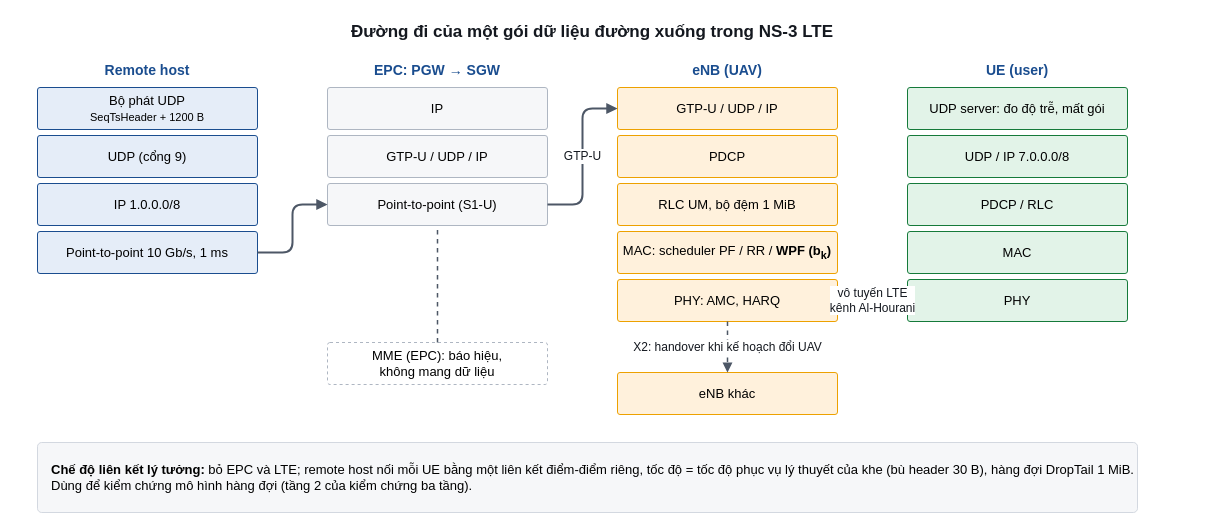
Above: docs/figures/chong_giao_thuc.drawio in vietdai-bk/N44_2026_LTM_038_056 (draw.io), before the change. Source tidied: cells renumbered, new cells numbered last; positions are measured from the earlier drawing's top-left corner, leaving out a move shared by most shapes. Both pictures are drawn from the tidied source at 100%, with x=0, y=0 at pixel (17, 17).
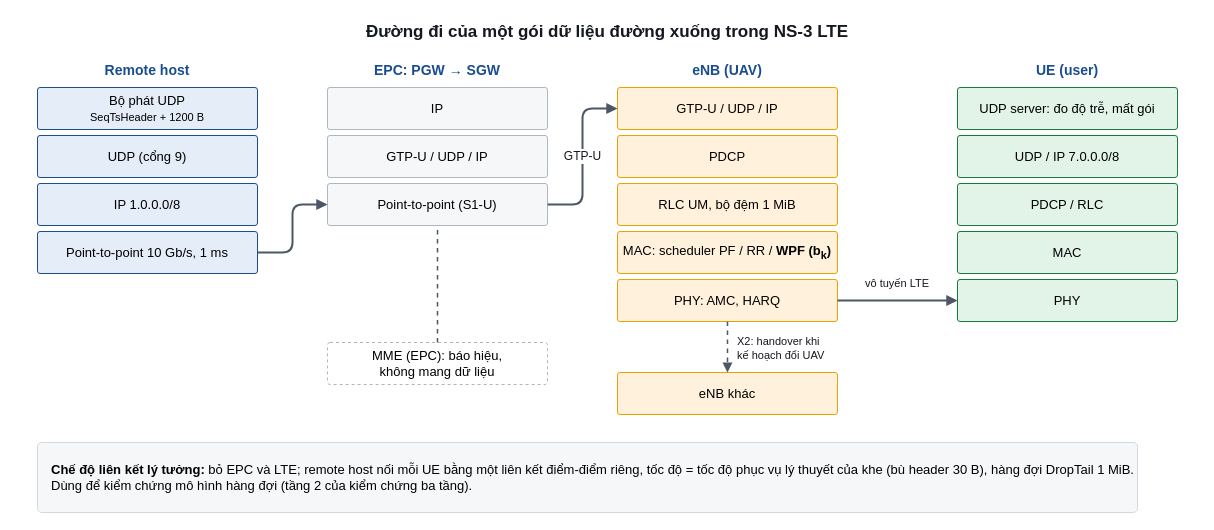
The same diagram, later.

The change refers to these unchanged cells:
```xml
<mxCell id="19" value="PHY: AMC, HARQ" style="rounded=1;arcSize=6;whiteSpace=wrap;html=1;fillColor=#fff1dc;strokeColor=#eda100;fontFamily=Helvetica;fontSize=13;" parent="1" vertex="1">
  <mxGeometry x="600" y="262" width="220" height="42" as="geometry" />
</mxCell>
```

The edit, as a diff of the source:
```diff
@@
     <mxCell id="2" value="Đường đi của một gói dữ liệu đường xuống trong NS-3 LTE" style="text;align=center;verticalAlign=middle;whiteSpace=wrap;html=1;fillColor=none;strokeColor=none;fontFamily=Helvetica;fontSize=17;fontColor=#14181f;fontStyle=1;" parent="1" vertex="1">
-      <mxGeometry width="1150" height="30" as="geometry" />
+      <mxGeometry width="1180" height="30" as="geometry" />
     </mxCell>
@@
     <mxCell id="20" value="UE (user)" style="text;align=center;verticalAlign=middle;whiteSpace=wrap;html=1;fillColor=none;strokeColor=none;fontFamily=Helvetica;fontSize=14;fontColor=#1a4d8f;fontStyle=1;" parent="1" vertex="1">
-      <mxGeometry x="890" y="40" width="220" height="25" as="geometry" />
+      <mxGeometry x="940" y="40" width="220" height="25" as="geometry" />
     </mxCell>
     <mxCell id="21" value="UDP server: đo độ trễ, mất gói" style="rounded=1;arcSize=6;whiteSpace=wrap;html=1;fillColor=#e2f3e8;strokeColor=#157a3a;fontFamily=Helvetica;fontSize=13;" parent="1" vertex="1">
-      <mxGeometry x="890" y="70" width="220" height="42" as="geometry" />
+      <mxGeometry x="940" y="70" width="220" height="42" as="geometry" />
     </mxCell>
     <mxCell id="22" value="UDP / IP 7.0.0.0/8" style="rounded=1;arcSize=6;whiteSpace=wrap;html=1;fillColor=#e2f3e8;strokeColor=#157a3a;fontFamily=Helvetica;fontSize=13;" parent="1" vertex="1">
-      <mxGeometry x="890" y="118" width="220" height="42" as="geometry" />
+      <mxGeometry x="940" y="118" width="220" height="42" as="geometry" />
     </mxCell>
     <mxCell id="23" value="PDCP / RLC" style="rounded=1;arcSize=6;whiteSpace=wrap;html=1;fillColor=#e2f3e8;strokeColor=#157a3a;fontFamily=Helvetica;fontSize=13;" parent="1" vertex="1">
-      <mxGeometry x="890" y="166" width="220" height="42" as="geometry" />
+      <mxGeometry x="940" y="166" width="220" height="42" as="geometry" />
     </mxCell>
     <mxCell id="24" value="MAC" style="rounded=1;arcSize=6;whiteSpace=wrap;html=1;fillColor=#e2f3e8;strokeColor=#157a3a;fontFamily=Helvetica;fontSize=13;" parent="1" vertex="1">
-      <mxGeometry x="890" y="214" width="220" height="42" as="geometry" />
+      <mxGeometry x="940" y="214" width="220" height="42" as="geometry" />
     </mxCell>
     <mxCell id="25" value="PHY" style="rounded=1;arcSize=6;whiteSpace=wrap;html=1;fillColor=#e2f3e8;strokeColor=#157a3a;fontFamily=Helvetica;fontSize=13;" parent="1" vertex="1">
-      <mxGeometry x="890" y="262" width="220" height="42" as="geometry" />
+      <mxGeometry x="940" y="262" width="220" height="42" as="geometry" />
     </mxCell>
@@
-    <mxCell id="28" value="vô tuyến LTE&lt;br&gt;kênh Al-Hourani" style="edgeStyle=orthogonalEdgeStyle;rounded=1;html=1;strokeColor=#4d5766;strokeWidth=2;endArrow=block;fontFamily=Helvetica;fontSize=12;fontColor=#14181f;labelBackgroundColor=#ffffff;" parent="1" edge="1" source="19" target="25">
+    <mxCell id="28" style="edgeStyle=orthogonalEdgeStyle;rounded=1;html=1;strokeColor=#4d5766;strokeWidth=2;endArrow=block;fontFamily=Helvetica;fontSize=12;fontColor=#14181f;labelBackgroundColor=#ffffff;" parent="1" edge="1" source="19" target="25">
       <mxGeometry relative="1" as="geometry" />
     </mxCell>
-    <mxCell id="29" value="eNB khác" style="rounded=1;arcSize=6;whiteSpace=wrap;html=1;fillColor=#fff1dc;strokeColor=#eda100;fontFamily=Helvetica;fontSize=13;" parent="1" vertex="1">
-      <mxGeometry x="600" y="355" width="220" height="42" as="geometry" />
+    <mxCell id="29" value="vô tuyến LTE" style="text;align=center;verticalAlign=middle;whiteSpace=wrap;html=1;fillColor=none;strokeColor=none;fontFamily=Helvetica;fontSize=11;fontColor=#14181f;" parent="1" vertex="1">
+      <mxGeometry x="822" y="257" width="116" height="18" as="geometry" />
     </mxCell>
-    <mxCell id="30" value="X2: handover khi kế hoạch đổi UAV" style="edgeStyle=orthogonalEdgeStyle;rounded=1;html=1;strokeColor=#4d5766;strokeWidth=1.5;endArrow=block;fontFamily=Helvetica;fontSize=12;fontColor=#14181f;labelBackgroundColor=#ffffff;dashed=1;exitX=0.5;exitY=1;exitDx=0;exitDy=0;entryX=0.5;entryY=0;entryDx=0;entryDy=0;" parent="1" edge="1" source="19" target="29">
-      <mxGeometry relative="1" as="geometry" />
+    <mxCell id="30" value="eNB khác" style="rounded=1;arcSize=6;whiteSpace=wrap;html=1;fillColor=#fff1dc;strokeColor=#eda100;fontFamily=Helvetica;fontSize=13;" parent="1" vertex="1">
+      <mxGeometry x="600" y="355" width="220" height="42" as="geometry" />
     </mxCell>
-    <mxCell id="31" value="&lt;b&gt;Chế độ liên kết lý tưởng:&lt;/b&gt; bỏ EPC và LTE; remote host nối mỗi UE bằng một liên kết điểm-điểm riêng, tốc độ = tốc độ phục vụ lý thuyết của khe (bù header 30 B), hàng đợi DropTail 1 MiB. Dùng để kiểm chứng mô hình hàng đợi (tầng 2 của kiểm chứng ba tầng)." style="rounded=1;arcSize=6;align=left;spacingLeft=12;whiteSpace=wrap;html=1;fillColor=#f6f7f9;strokeColor=#d3d8e0;fontFamily=Helvetica;fontSize=13;" parent="1" vertex="1">
-      <mxGeometry x="20" y="425" width="1100" height="70" as="geometry" />
+    <mxCell id="31" style="edgeStyle=orthogonalEdgeStyle;rounded=1;html=1;strokeColor=#4d5766;strokeWidth=1.5;endArrow=block;fontFamily=Helvetica;fontSize=12;fontColor=#14181f;labelBackgroundColor=#ffffff;dashed=1;exitX=0.5;exitY=1;exitDx=0;exitDy=0;entryX=0.5;entryY=0;entryDx=0;entryDy=0;" parent="1" edge="1" source="19" target="30">
+      <mxGeometry relative="1" as="geometry" />
     </mxCell>
+    <mxCell id="32" value="X2: handover khi&lt;br&gt;kế hoạch đổi UAV" style="text;align=left;verticalAlign=middle;whiteSpace=wrap;html=1;fillColor=none;strokeColor=none;fontFamily=Helvetica;fontSize=11;fontColor=#14181f;" parent="1" vertex="1">
+      <mxGeometry x="718" y="313" width="200" height="36" as="geometry" />
+    </mxCell>
+    <mxCell id="33" value="&lt;b&gt;Chế độ liên kết lý tưởng:&lt;/b&gt; bỏ EPC và LTE; remote host nối mỗi UE bằng một liên kết điểm-điểm riêng, tốc độ = tốc độ phục vụ lý thuyết của khe (bù header 30 B), hàng đợi DropTail 1 MiB. Dùng để kiểm chứng mô hình hàng đợi (tầng 2 của kiểm chứng ba tầng)." style="rounded=1;arcSize=6;align=left;spacingLeft=12;whiteSpace=wrap;html=1;fillColor=#f6f7f9;strokeColor=#d3d8e0;fontFamily=Helvetica;fontSize=13;" parent="1" vertex="1">
+      <mxGeometry x="20" y="425" width="1100" height="70" as="geometry" />
+    </mxCell>
```
